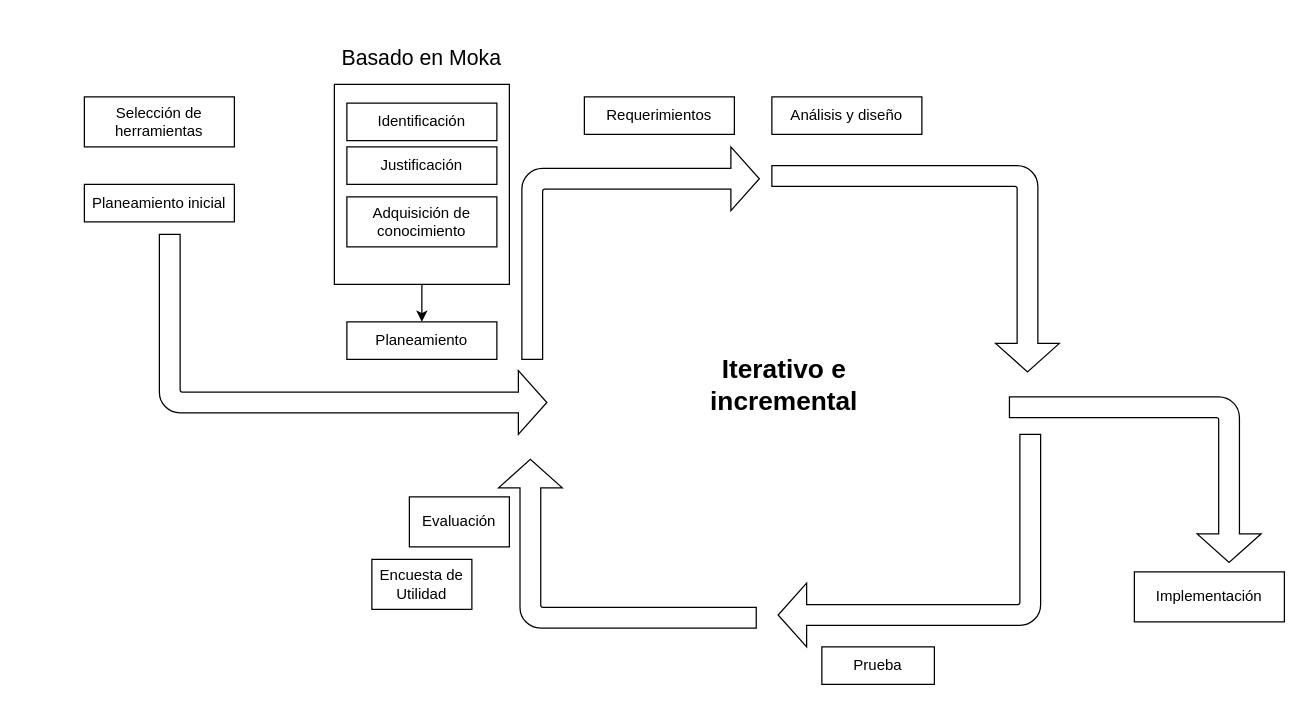
This is Untitled Diagram.drawio from AlexisHolyoak/academy, a draw.io file, before an edit. Source tidied: cells renumbered, new cells numbered last; positions are measured from the earlier drawing's top-left corner, leaving out a move shared by most shapes. Both pictures are drawn from the tidied source at 125%, with x=0, y=0 at pixel (84, 46).
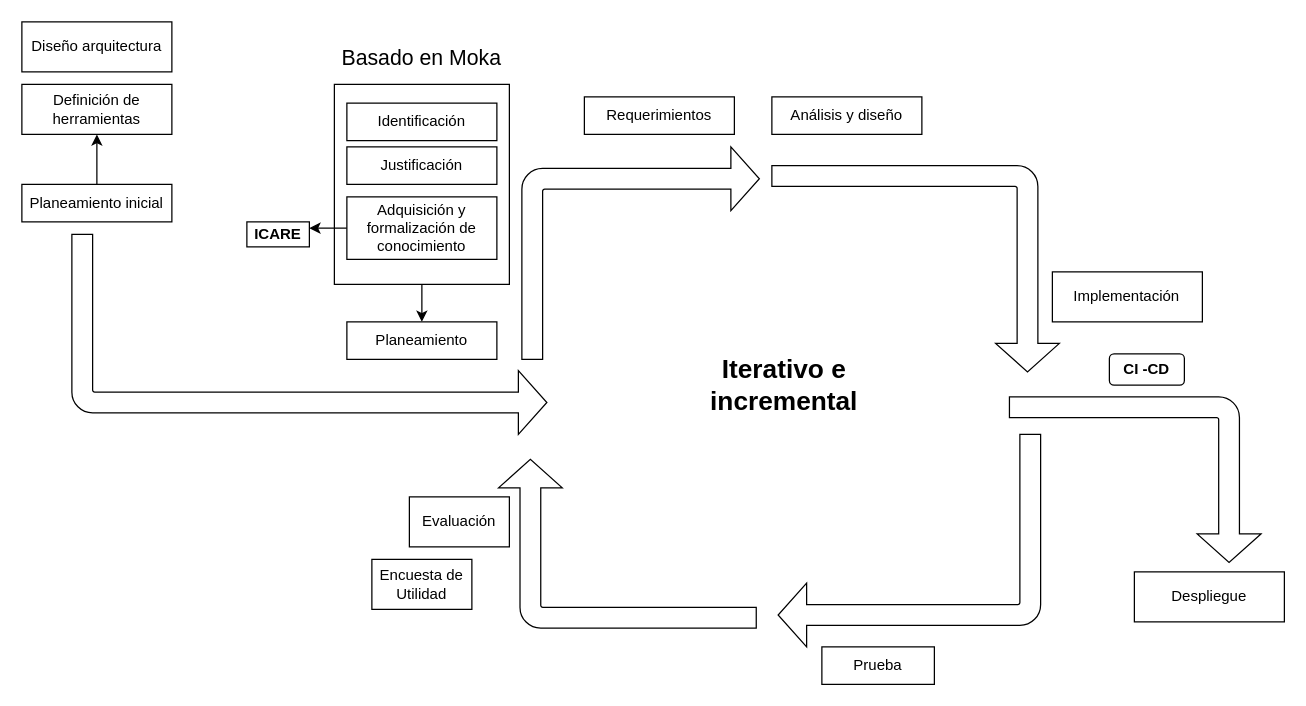
Above is the later version.

Change to the diagram source:
```diff
@@
+    <mxCell id="24" style="edgeStyle=orthogonalEdgeStyle;rounded=0;jettySize=auto;html=1;exitX=0.5;exitY=0;exitDx=0;exitDy=0;entryX=0.5;entryY=1;entryDx=0;entryDy=0;fontSize=17;" parent="1" edge="1" source="5" target="11">
+      <mxGeometry relative="1" as="geometry" />
+    </mxCell>
     <mxCell id="5" value="Planeamiento inicial" style="rounded=0;whiteSpace=wrap;html=1;" parent="1" vertex="1">
-      <mxGeometry y="110" width="120" height="30" as="geometry" />
+      <mxGeometry x="-50" y="110" width="120" height="30" as="geometry" />
     </mxCell>
@@
-    <mxCell id="8" value="Implementación" style="rounded=0;whiteSpace=wrap;html=1;" parent="1" vertex="1">
+    <mxCell id="8" value="Despliegue" style="rounded=0;whiteSpace=wrap;html=1;" parent="1" vertex="1">
       <mxGeometry x="840" y="420" width="120" height="40" as="geometry" />
     </mxCell>
@@
-    <mxCell id="11" value="Selección de herramientas" style="rounded=0;whiteSpace=wrap;html=1;" parent="1" vertex="1">
-      <mxGeometry y="40" width="120" height="40" as="geometry" />
+    <mxCell id="11" value="Definición de herramientas" style="rounded=0;whiteSpace=wrap;html=1;" parent="1" vertex="1">
+      <mxGeometry x="-50" y="30" width="120" height="40" as="geometry" />
     </mxCell>
     <mxCell id="12" style="html=1;shadow=0;dashed=0;align=center;verticalAlign=middle;shape=mxgraph.arrows2.bendArrow;dy=8.3;dx=22.8;notch=0;arrowHead=51;rounded=1;rotation=0;flipV=1;" parent="1" vertex="1">
-      <mxGeometry x="60" y="150" width="310" height="160" as="geometry" />
+      <mxGeometry x="-10" y="150" width="380" height="160" as="geometry" />
     </mxCell>
@@
+    <mxCell id="25" style="edgeStyle=orthogonalEdgeStyle;rounded=0;jettySize=auto;html=1;exitX=0;exitY=0.5;exitDx=0;exitDy=0;entryX=1;entryY=0.25;entryDx=0;entryDy=0;fontSize=12;" parent="1" edge="1" source="22" target="26">
+      <mxGeometry relative="1" as="geometry" />
+    </mxCell>
-    <mxCell id="22" value="Adquisición de conocimiento" style="rounded=0;whiteSpace=wrap;html=1;" parent="1" vertex="1">
-      <mxGeometry x="210" y="120" width="120" height="40" as="geometry" />
+    <mxCell id="22" value="Adquisición y formalización de conocimiento" style="rounded=0;whiteSpace=wrap;html=1;" parent="1" vertex="1">
+      <mxGeometry x="210" y="120" width="120" height="50" as="geometry" />
     </mxCell>
@@
+    <mxCell id="26" value="ICARE" style="rounded=0;whiteSpace=wrap;html=1;fontSize=12;fontStyle=1;" parent="1" vertex="1">
+      <mxGeometry x="130" y="140" width="50" height="20" as="geometry" />
+    </mxCell>
+    <mxCell id="27" value="CI -CD" style="rounded=1;whiteSpace=wrap;html=1;fontSize=12;fontStyle=1;" parent="1" vertex="1">
+      <mxGeometry x="820" y="245.6" width="60" height="25" as="geometry" />
+    </mxCell>
+    <mxCell id="28" value="Implementación" style="rounded=0;whiteSpace=wrap;html=1;" parent="1" vertex="1">
+      <mxGeometry x="774.4" y="180" width="120" height="40" as="geometry" />
+    </mxCell>
+    <mxCell id="29" value="Diseño arquitectura" style="rounded=0;whiteSpace=wrap;html=1;" parent="1" vertex="1">
+      <mxGeometry x="-50" y="-20" width="120" height="40" as="geometry" />
+    </mxCell>
```
